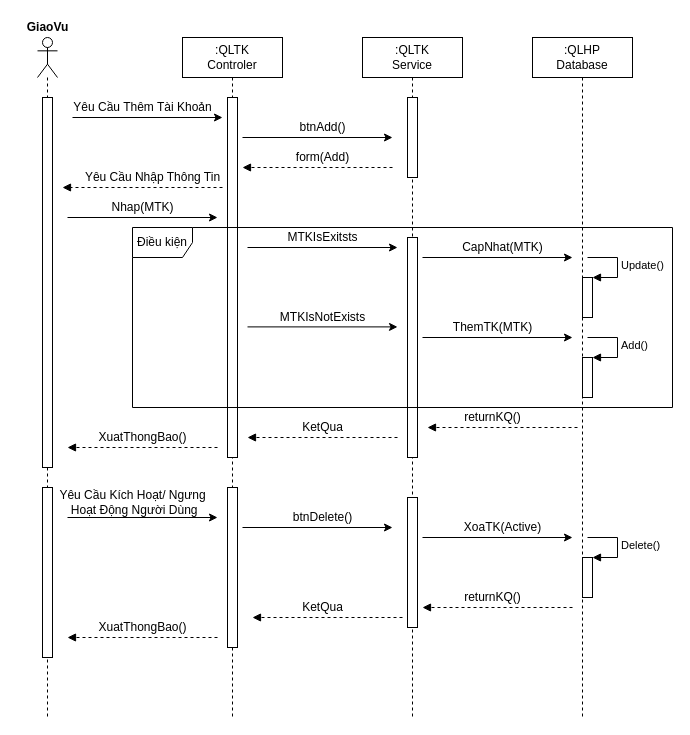
Above: U4 new.drawio in haihak/haihak (draw.io), before the change. Source tidied: cells renumbered, new cells numbered last; positions are measured from the earlier drawing's top-left corner, leaving out a move shared by most shapes. Both pictures are drawn from the tidied source at 100%, with x=0, y=0 at pixel (17, 17).
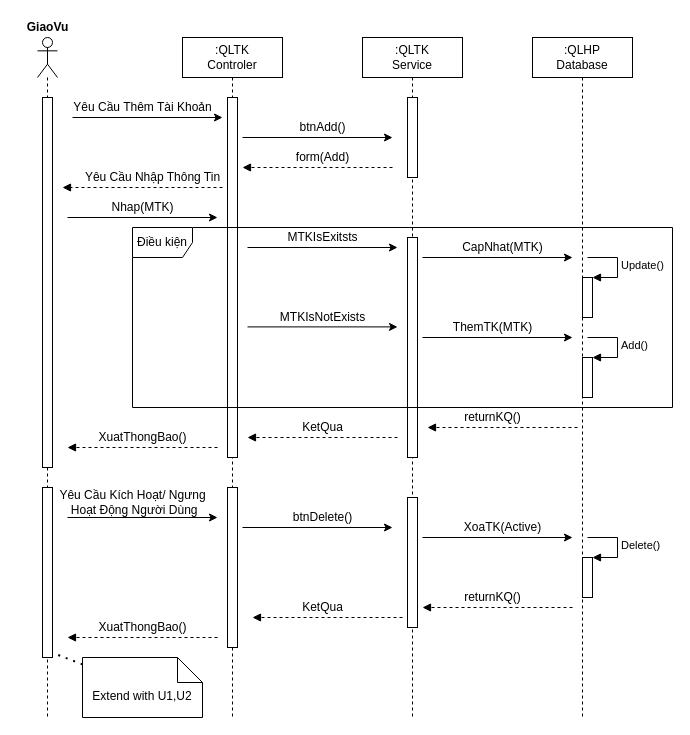
The same page after the edit.

The change refers to these unchanged cells:
```xml
<mxCell id="5" style="html=1;points=[];perimeter=orthogonalPerimeter;" parent="3" vertex="1">
  <mxGeometry x="5" y="450" width="10" height="170" as="geometry" />
</mxCell>
```

Change to the diagram source:
```diff
@@
+    <mxCell id="57" value="Extend with U1,U2" style="shape=note2;boundedLbl=1;whiteSpace=wrap;html=1;size=25;verticalAlign=top;align=center;" parent="1" vertex="1">
+      <mxGeometry x="65" y="640" width="120" height="60" as="geometry" />
+    </mxCell>
+    <mxCell id="58" style="endArrow=none;dashed=1;html=1;dashPattern=1 3;strokeWidth=2;rounded=0;entryX=1.376;entryY=0.981;entryDx=0;entryDy=0;entryPerimeter=0;" parent="1" edge="1" source="57" target="5">
+      <mxGeometry relative="1" as="geometry" />
+    </mxCell>
```
